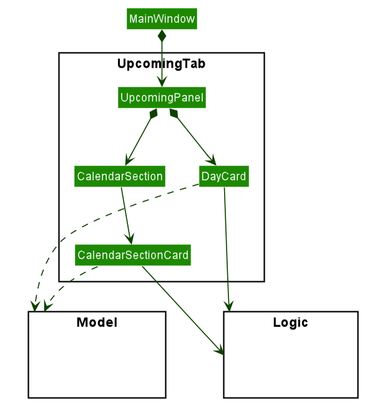
Before: docs/images/UiUpcomingTabClassDiagram.png, a diagram exported from PlantUML (simonteozw/tp). The source it was exported from:
```plantuml
@startuml








skinparam BackgroundColor #FFFFFFF

skinparam Shadowing false

skinparam Class {
    FontColor #FFFFFF
    BorderThickness 1
    BorderColor #FFFFFF
    StereotypeFontColor #FFFFFF
    FontName Arial
}

skinparam Actor {
    BorderColor #000000
    Color #000000
    FontName Arial
}

skinparam Sequence {
    MessageAlign center
    BoxFontSize 15
    BoxPadding 0
    BoxFontColor #FFFFFF
    FontName Arial
}

skinparam Participant {
    FontColor #FFFFFFF
    Padding 20
}

skinparam MinClassWidth 50
skinparam ParticipantPadding 10
skinparam Shadowing false
skinparam DefaultTextAlignment center
skinparam packageStyle Rectangle

hide footbox
hide members
hide circle
skinparam arrowThickness 1.1
skinparam arrowColor #0E4100
skinparam classBackgroundColor #1D8900

package UpcomingTab <<Rectangle>>{

Class UpcomingPanel
Class CalendarSection
Class CalendarSectionCard
Class DayCard

}

package Model <<Rectangle>> {
Class HiddenModel #FFFFFF
}

package Logic <<Rectangle>> {
Class HiddenLogic #FFFFFF
}

Class HiddenOutside #FFFFFF
MainWindow *--> UpcomingPanel

UpcomingPanel *--> DayCard
UpcomingPanel *--> CalendarSection

CalendarSection --> CalendarSectionCard


DayCard ..> Model
CalendarSectionCard ..> Model


DayCard ---> Logic
CalendarSectionCard --> Logic



@enduml
```
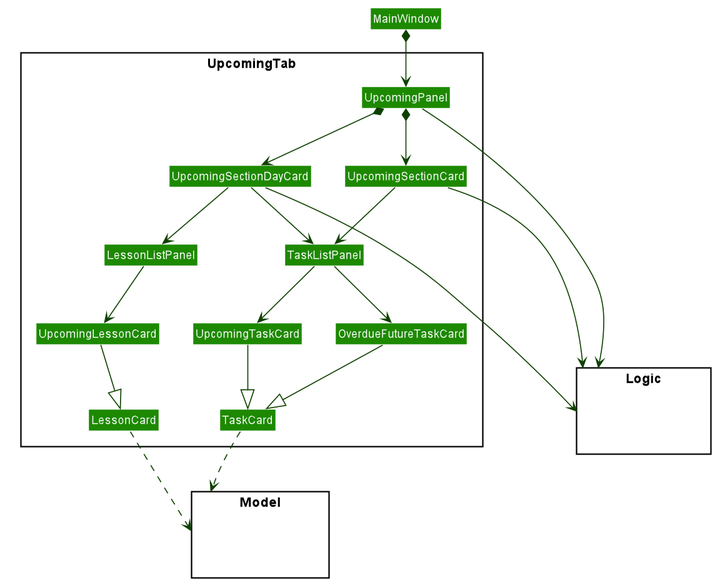
Above is the later version.

Commit message:
update upcoming tab puml diagram

What changed in the source:
```diff
@@ -17,6 +17,8 @@
     BorderColor #FFFFFF
     StereotypeFontColor #FFFFFF
     FontName Arial
+    AttributeFontColor #FFFFFF
+    AttributeIconSize 0
 }
 
 skinparam Actor {
@@ -54,9 +56,15 @@
 package UpcomingTab <<Rectangle>>{
 
 Class UpcomingPanel
-Class CalendarSection
-Class CalendarSectionCard
-Class DayCard
+Class UpcomingSectionDayCard
+Class UpcomingSectionCard
+Class LessonListPanel
+Class TaskListPanel
+Class OverdueFutureTaskCard
+Class UpcomingTaskCard
+Class UpcomingLessonCard
+Class TaskCard
+Class LessonCard
 
 }
 
@@ -71,18 +79,29 @@
 Class HiddenOutside #FFFFFF
 MainWindow *--> UpcomingPanel
 
-UpcomingPanel *--> DayCard
-UpcomingPanel *--> CalendarSection
+UpcomingPanel *--> UpcomingSectionDayCard
+UpcomingPanel *--> UpcomingSectionCard
 
-CalendarSection --> CalendarSectionCard
+UpcomingSectionCard --> TaskListPanel
+UpcomingSectionDayCard --> TaskListPanel
+UpcomingSectionDayCard --> LessonListPanel
+
+TaskListPanel --> OverdueFutureTaskCard
+TaskListPanel --> UpcomingTaskCard
+LessonListPanel --> UpcomingLessonCard
+
+OverdueFutureTaskCard --|> TaskCard
+UpcomingTaskCard --|> TaskCard
+UpcomingLessonCard --|> LessonCard
+
+TaskCard ..> Model
+LessonCard ..> Model
 
 
-DayCard ..> Model
-CalendarSectionCard ..> Model
 
-
-DayCard ---> Logic
-CalendarSectionCard --> Logic
+UpcomingPanel ----> Logic
+UpcomingSectionDayCard ----> Logic
+UpcomingSectionCard ---> Logic
 
 
 
```
